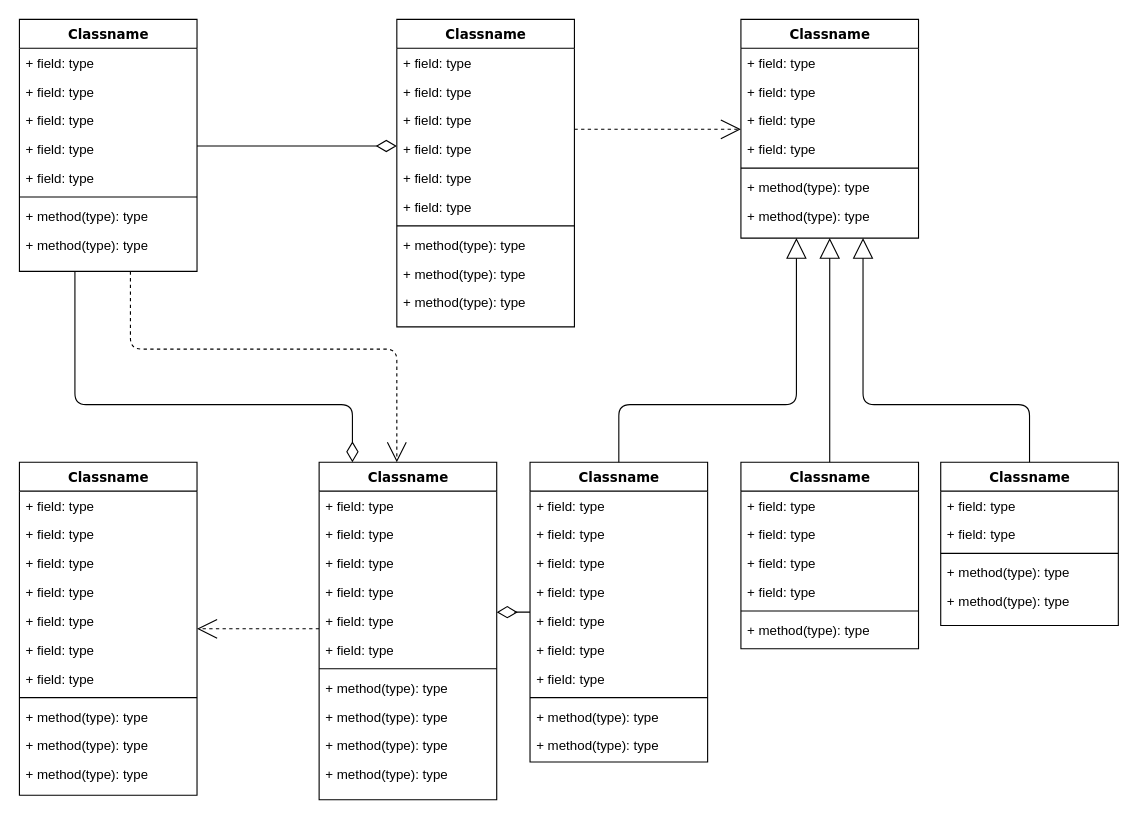
Above: Untitled Diagram.drawio in kwanter/simpeg (draw.io), before the change. Source tidied: cells renumbered, new cells numbered last; positions are measured from the earlier drawing's top-left corner, leaving out a move shared by most shapes. Both pictures are drawn from the tidied source at 111%, with x=0, y=0 at pixel (19, 19).
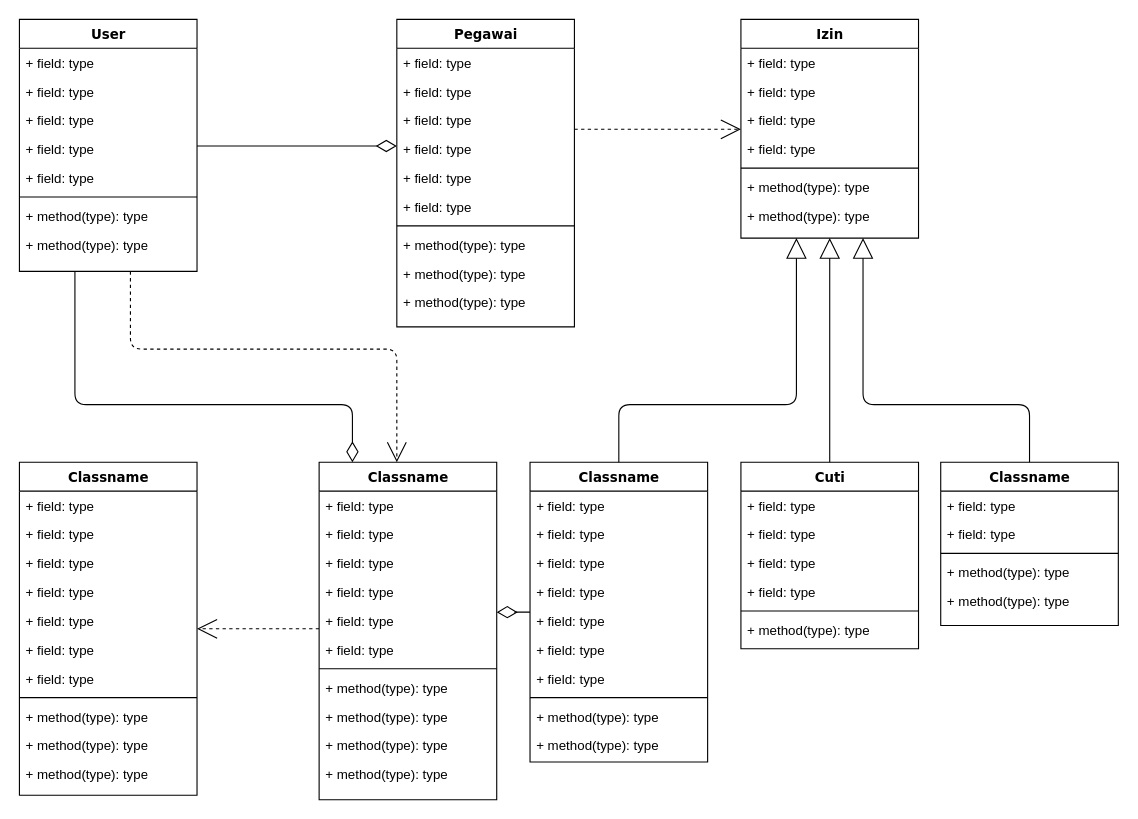
The same diagram, later.

Change to the diagram source:
```diff
@@
-    <mxCell id="4" value="Classname" style="swimlane;html=1;fontStyle=1;align=center;verticalAlign=top;horizontal=1;startSize=26;swimlaneFillColor=#ffffff;rounded=0;shadow=0;comic=0;labelBackgroundColor=none;strokeWidth=1;fillColor=none;fontFamily=Verdana;fontSize=12;" parent="1" vertex="1">
+    <mxCell id="4" value="User" style="swimlane;html=1;fontStyle=1;align=center;verticalAlign=top;horizontal=1;startSize=26;swimlaneFillColor=#ffffff;rounded=0;shadow=0;comic=0;labelBackgroundColor=none;strokeWidth=1;fillColor=none;fontFamily=Verdana;fontSize=12;" parent="1" vertex="1">
       <mxGeometry width="160" height="227" as="geometry" />
     </mxCell>
@@
-    <mxCell id="14" value="Classname" style="swimlane;html=1;fontStyle=1;align=center;verticalAlign=top;horizontal=1;startSize=26;swimlaneFillColor=#ffffff;rounded=0;shadow=0;comic=0;labelBackgroundColor=none;strokeWidth=1;fillColor=none;fontFamily=Verdana;fontSize=12;" parent="1" vertex="1">
+    <mxCell id="14" value="Pegawai" style="swimlane;html=1;fontStyle=1;align=center;verticalAlign=top;horizontal=1;startSize=26;swimlaneFillColor=#ffffff;rounded=0;shadow=0;comic=0;labelBackgroundColor=none;strokeWidth=1;fillColor=none;fontFamily=Verdana;fontSize=12;" parent="1" vertex="1">
       <mxGeometry x="340" width="160" height="277" as="geometry" />
     </mxCell>
@@
-    <mxCell id="25" value="Classname" style="swimlane;html=1;fontStyle=1;align=center;verticalAlign=top;horizontal=1;startSize=26;swimlaneFillColor=#ffffff;rounded=0;shadow=0;comic=0;labelBackgroundColor=none;strokeWidth=1;fillColor=none;fontFamily=Verdana;fontSize=12;" parent="1" vertex="1">
+    <mxCell id="25" value="Izin" style="swimlane;html=1;fontStyle=1;align=center;verticalAlign=top;horizontal=1;startSize=26;swimlaneFillColor=#ffffff;rounded=0;shadow=0;comic=0;labelBackgroundColor=none;strokeWidth=1;fillColor=none;fontFamily=Verdana;fontSize=12;" parent="1" vertex="1">
       <mxGeometry x="650" width="160" height="197" as="geometry" />
     </mxCell>
@@
-    <mxCell id="72" value="Classname" style="swimlane;html=1;fontStyle=1;align=center;verticalAlign=top;horizontal=1;startSize=26;swimlaneFillColor=#ffffff;rounded=0;shadow=0;comic=0;labelBackgroundColor=none;strokeWidth=1;fillColor=none;fontFamily=Verdana;fontSize=12;" parent="1" vertex="1">
+    <mxCell id="72" value="Cuti" style="swimlane;html=1;fontStyle=1;align=center;verticalAlign=top;horizontal=1;startSize=26;swimlaneFillColor=#ffffff;rounded=0;shadow=0;comic=0;labelBackgroundColor=none;strokeWidth=1;fillColor=none;fontFamily=Verdana;fontSize=12;" parent="1" vertex="1">
       <mxGeometry x="650" y="399" width="160" height="168" as="geometry" />
     </mxCell>
```
